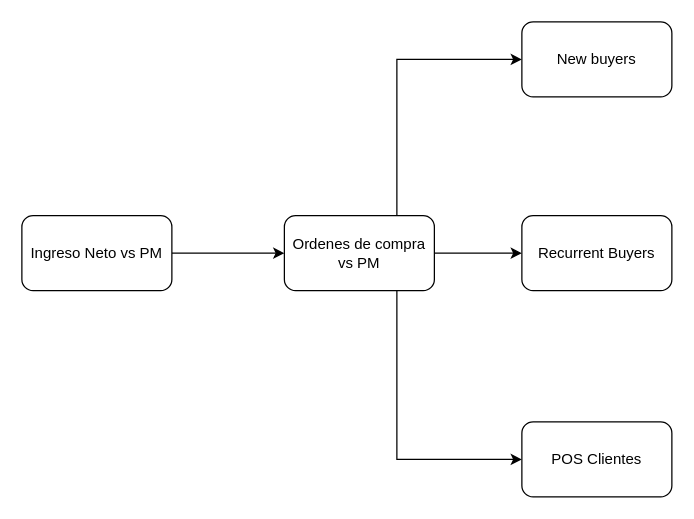
This is Arbol de Descomposición.drawio from FernandoGaminho/diagrams, a draw.io file, before an edit. Source tidied: cells renumbered, new cells numbered last; positions are measured from the earlier drawing's top-left corner, leaving out a move shared by most shapes. Both pictures are drawn from the tidied source at 125%, with x=0, y=0 at pixel (21, 21).
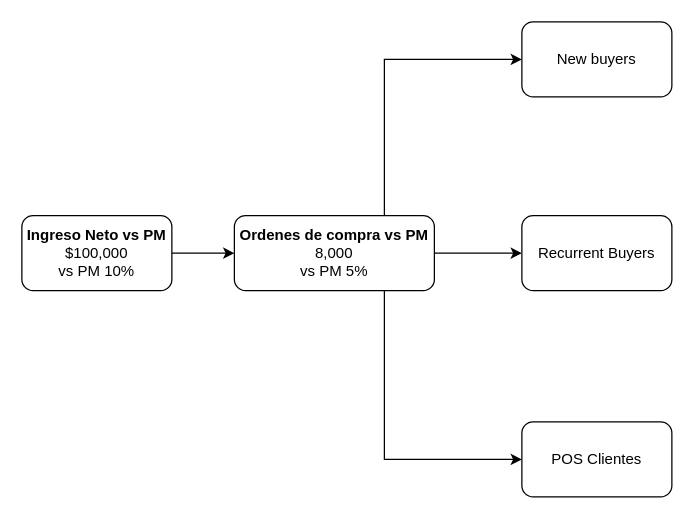
The same diagram, later.

What changed in the source:
```diff
@@
 <mxGraphModel>
   <root>
     <mxCell id="0" />
     <mxCell id="1" parent="0" />
     <mxCell id="2" style="edgeStyle=orthogonalEdgeStyle;rounded=0;jettySize=auto;html=1;exitX=1;exitY=0.5;exitDx=0;exitDy=0;" parent="1" edge="1" source="3" target="7">
       <mxGeometry relative="1" as="geometry" />
     </mxCell>
-    <mxCell id="3" value="Ingreso Neto vs PM" style="rounded=1;whiteSpace=wrap;html=1;" parent="1" vertex="1">
+    <mxCell id="3" value="&lt;b&gt;Ingreso Neto vs PM&lt;/b&gt;&lt;br&gt;$100,000&lt;br&gt;vs PM 10%" style="rounded=1;whiteSpace=wrap;html=1;" parent="1" vertex="1">
       <mxGeometry y="155" width="120" height="60" as="geometry" />
     </mxCell>
     <mxCell id="4" style="edgeStyle=orthogonalEdgeStyle;rounded=0;jettySize=auto;html=1;exitX=1;exitY=0.5;exitDx=0;exitDy=0;" parent="1" edge="1" source="7" target="9">
       <mxGeometry relative="1" as="geometry" />
     </mxCell>
     <mxCell id="5" style="edgeStyle=orthogonalEdgeStyle;rounded=0;jettySize=auto;html=1;exitX=0.75;exitY=0;exitDx=0;exitDy=0;entryX=0;entryY=0.5;entryDx=0;entryDy=0;" parent="1" edge="1" source="7" target="8">
       <mxGeometry relative="1" as="geometry" />
     </mxCell>
     <mxCell id="6" style="edgeStyle=orthogonalEdgeStyle;rounded=0;jettySize=auto;html=1;exitX=0.75;exitY=1;exitDx=0;exitDy=0;entryX=0;entryY=0.5;entryDx=0;entryDy=0;" parent="1" edge="1" source="7" target="10">
       <mxGeometry relative="1" as="geometry" />
     </mxCell>
-    <mxCell id="7" value="Ordenes de compra vs PM" style="rounded=1;whiteSpace=wrap;html=1;" parent="1" vertex="1">
-      <mxGeometry x="210" y="155" width="120" height="60" as="geometry" />
+    <mxCell id="7" value="&lt;b&gt;Ordenes de compra vs PM&lt;/b&gt;&lt;br&gt;8,000&lt;br&gt;vs PM 5%" style="rounded=1;whiteSpace=wrap;html=1;" parent="1" vertex="1">
+      <mxGeometry x="170" y="155" width="160" height="60" as="geometry" />
     </mxCell>
     <mxCell id="8" value="New buyers" style="rounded=1;whiteSpace=wrap;html=1;" parent="1" vertex="1">
       <mxGeometry x="400" width="120" height="60" as="geometry" />
     </mxCell>
     <mxCell id="9" value="Recurrent Buyers" style="rounded=1;whiteSpace=wrap;html=1;" parent="1" vertex="1">
       <mxGeometry x="400" y="155" width="120" height="60" as="geometry" />
     </mxCell>
     <mxCell id="10" value="POS Clientes" style="rounded=1;whiteSpace=wrap;html=1;" parent="1" vertex="1">
       <mxGeometry x="400" y="320" width="120" height="60" as="geometry" />
     </mxCell>
   </root>
 </mxGraphModel>
```
